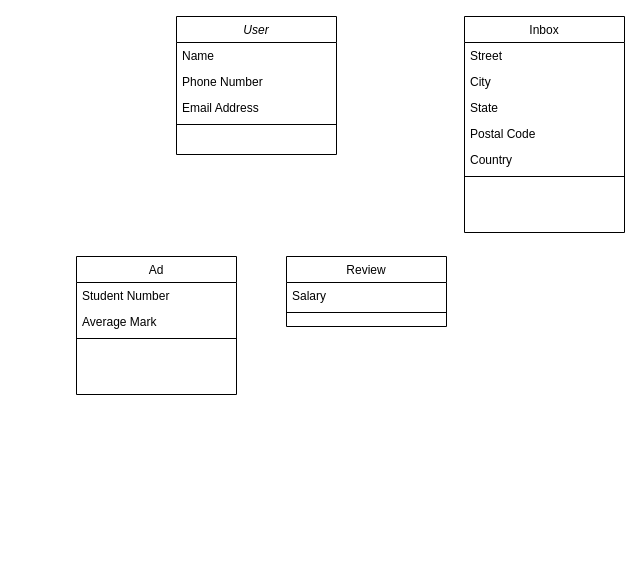
The draw.io diagram Phase1Domain.drawio in spjanic10/BuySellWebApp, before the edit. Source tidied: cells renumbered, new cells numbered last; positions are measured from the earlier drawing's top-left corner, leaving out a move shared by most shapes. Both pictures are drawn from the tidied source at 100%, with x=0, y=0 at pixel (76, 16).
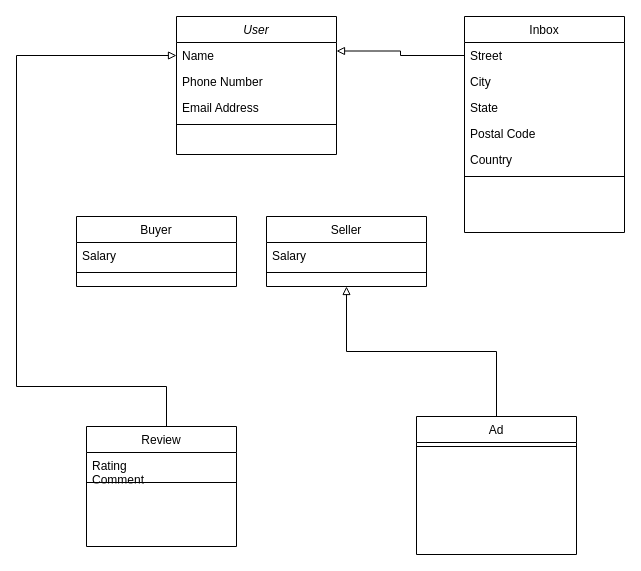
The same page after the edit.

The change refers to these unchanged cells:
```xml
<mxCell id="2" value="User" style="swimlane;fontStyle=2;align=center;verticalAlign=top;horizontal=1;startSize=26;rounded=0;shadow=0;strokeWidth=1;" parent="1" vertex="1">
  <mxGeometry x="100" width="160" height="138" as="geometry" />
</mxCell>
<mxCell id="3" value="Name" style="text;align=left;verticalAlign=top;spacingLeft=4;spacingRight=4;overflow=hidden;points=[[0,0.5],[1,0.5]];portConstraint=eastwest;" parent="2" vertex="1">
  <mxGeometry y="26" width="160" height="26" as="geometry" />
</mxCell>
<mxCell id="15" value="Street" style="text;align=left;verticalAlign=top;spacingLeft=4;spacingRight=4;overflow=hidden;points=[[0,0.5],[1,0.5]];portConstraint=eastwest;" parent="14" vertex="1">
  <mxGeometry y="26" width="160" height="26" as="geometry" />
</mxCell>
```

Diff of the diagram source:
```diff
@@
+    <mxCell id="21" style="edgeStyle=orthogonalEdgeStyle;rounded=0;jettySize=auto;html=1;exitX=0.5;exitY=0;exitDx=0;exitDy=0;entryX=0.5;entryY=1;entryDx=0;entryDy=0;endArrow=block;endFill=0;" parent="1" edge="1" source="7" target="25">
+      <mxGeometry relative="1" as="geometry" />
+    </mxCell>
     <mxCell id="7" value="Ad" style="swimlane;fontStyle=0;align=center;verticalAlign=top;horizontal=1;startSize=26;rounded=0;shadow=0;strokeWidth=1;" parent="1" vertex="1">
-      <mxGeometry y="240" width="160" height="138" as="geometry" />
+      <mxGeometry x="340" y="400" width="160" height="138" as="geometry" />
     </mxCell>
-    <mxCell id="8" value="Student Number" style="text;align=left;verticalAlign=top;spacingLeft=4;spacingRight=4;overflow=hidden;" parent="7" vertex="1">
-      <mxGeometry y="26" width="160" height="26" as="geometry" />
-    </mxCell>
-    <mxCell id="9" value="Average Mark" style="text;align=left;verticalAlign=top;spacingLeft=4;spacingRight=4;overflow=hidden;rounded=0;shadow=0;html=0;" parent="7" vertex="1">
-      <mxGeometry y="52" width="160" height="26" as="geometry" />
-    </mxCell>
     <mxCell id="10" style="line;html=1;strokeWidth=1;align=left;verticalAlign=middle;spacingTop=-1;spacingLeft=3;spacingRight=3;labelPosition=right;" parent="7" vertex="1">
-      <mxGeometry y="78" width="160" height="8" as="geometry" />
+      <mxGeometry y="26" width="160" height="8" as="geometry" />
     </mxCell>
-    <mxCell id="11" value="Review" style="swimlane;fontStyle=0;align=center;verticalAlign=top;horizontal=1;startSize=26;rounded=0;shadow=0;strokeWidth=1;" parent="1" vertex="1">
-      <mxGeometry x="210" y="240" width="160" height="70" as="geometry" />
-    </mxCell>
-    <mxCell id="12" value="Salary" style="text;align=left;verticalAlign=top;spacingLeft=4;spacingRight=4;overflow=hidden;" parent="11" vertex="1">
-      <mxGeometry y="26" width="160" height="26" as="geometry" />
-    </mxCell>
-    <mxCell id="13" style="line;html=1;strokeWidth=1;align=left;verticalAlign=middle;spacingTop=-1;spacingLeft=3;spacingRight=3;labelPosition=right;" parent="11" vertex="1">
-      <mxGeometry y="52" width="160" height="8" as="geometry" />
-    </mxCell>
@@
+    <mxCell id="22" value="Buyer" style="swimlane;fontStyle=0;align=center;verticalAlign=top;horizontal=1;startSize=26;rounded=0;shadow=0;strokeWidth=1;" parent="1" vertex="1">
+      <mxGeometry y="200" width="160" height="70" as="geometry" />
+    </mxCell>
+    <mxCell id="23" value="Salary" style="text;align=left;verticalAlign=top;spacingLeft=4;spacingRight=4;overflow=hidden;" parent="22" vertex="1">
+      <mxGeometry y="26" width="160" height="26" as="geometry" />
+    </mxCell>
+    <mxCell id="24" style="line;html=1;strokeWidth=1;align=left;verticalAlign=middle;spacingTop=-1;spacingLeft=3;spacingRight=3;labelPosition=right;" parent="22" vertex="1">
+      <mxGeometry y="52" width="160" height="8" as="geometry" />
+    </mxCell>
+    <mxCell id="25" value="Seller" style="swimlane;fontStyle=0;align=center;verticalAlign=top;horizontal=1;startSize=26;rounded=0;shadow=0;strokeWidth=1;" parent="1" vertex="1">
+      <mxGeometry x="190" y="200" width="160" height="70" as="geometry" />
+    </mxCell>
+    <mxCell id="26" value="Salary" style="text;align=left;verticalAlign=top;spacingLeft=4;spacingRight=4;overflow=hidden;" parent="25" vertex="1">
+      <mxGeometry y="26" width="160" height="26" as="geometry" />
+    </mxCell>
+    <mxCell id="27" style="line;html=1;strokeWidth=1;align=left;verticalAlign=middle;spacingTop=-1;spacingLeft=3;spacingRight=3;labelPosition=right;" parent="25" vertex="1">
+      <mxGeometry y="52" width="160" height="8" as="geometry" />
+    </mxCell>
+    <mxCell id="28" style="edgeStyle=orthogonalEdgeStyle;rounded=0;jettySize=auto;html=1;exitX=0.5;exitY=0;exitDx=0;exitDy=0;entryX=0;entryY=0.5;entryDx=0;entryDy=0;endArrow=block;endFill=0;" parent="1" edge="1" source="11" target="3">
+      <mxGeometry relative="1" as="geometry">
+        <Array as="points">
+          <mxPoint x="90" y="370" />
+          <mxPoint x="-60" y="370" />
+          <mxPoint x="-60" y="39" />
+        </Array>
+      </mxGeometry>
+    </mxCell>
+    <mxCell id="11" value="Review" style="swimlane;fontStyle=0;align=center;verticalAlign=top;horizontal=1;startSize=26;rounded=0;shadow=0;strokeWidth=1;" parent="1" vertex="1">
+      <mxGeometry x="10" y="410" width="150" height="120" as="geometry" />
+    </mxCell>
+    <mxCell id="29" value="Rating&#10;Comment&#10;" style="text;align=left;verticalAlign=top;spacingLeft=4;spacingRight=4;overflow=hidden;" parent="11" vertex="1">
+      <mxGeometry y="26" width="150" height="26" as="geometry" />
+    </mxCell>
+    <mxCell id="30" style="line;html=1;strokeWidth=1;align=left;verticalAlign=middle;spacingTop=-1;spacingLeft=3;spacingRight=3;labelPosition=right;" parent="11" vertex="1">
+      <mxGeometry y="52" width="150" height="8" as="geometry" />
+    </mxCell>
+    <mxCell id="31" style="edgeStyle=orthogonalEdgeStyle;rounded=0;jettySize=auto;html=1;exitX=0;exitY=0.5;exitDx=0;exitDy=0;entryX=1;entryY=0.25;entryDx=0;entryDy=0;endArrow=block;endFill=0;" parent="1" edge="1" source="15" target="2">
+      <mxGeometry relative="1" as="geometry" />
+    </mxCell>
```
